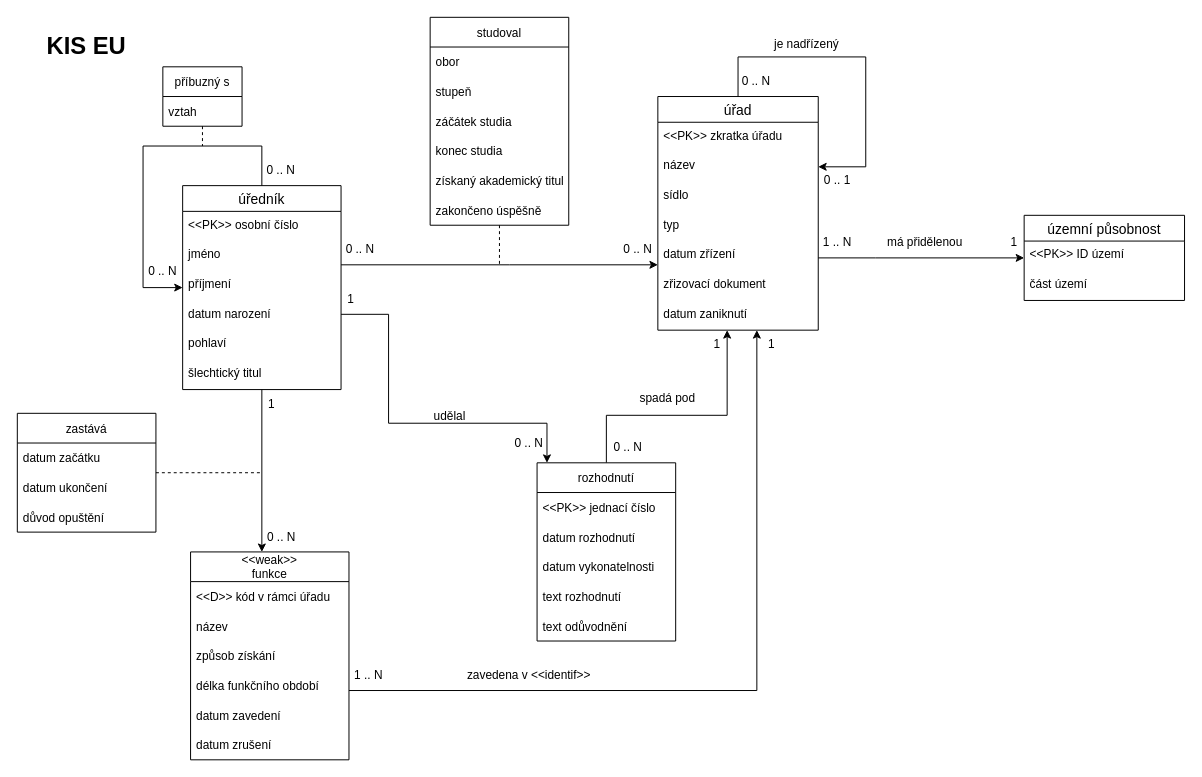
This is kiseu.drawio from mstrlc/ius-homework, a draw.io file, before an edit. Source tidied: cells renumbered, new cells numbered last; positions are measured from the earlier drawing's top-left corner, leaving out a move shared by most shapes. Both pictures are drawn from the tidied source at 99%, with x=0, y=0 at pixel (17, 17).
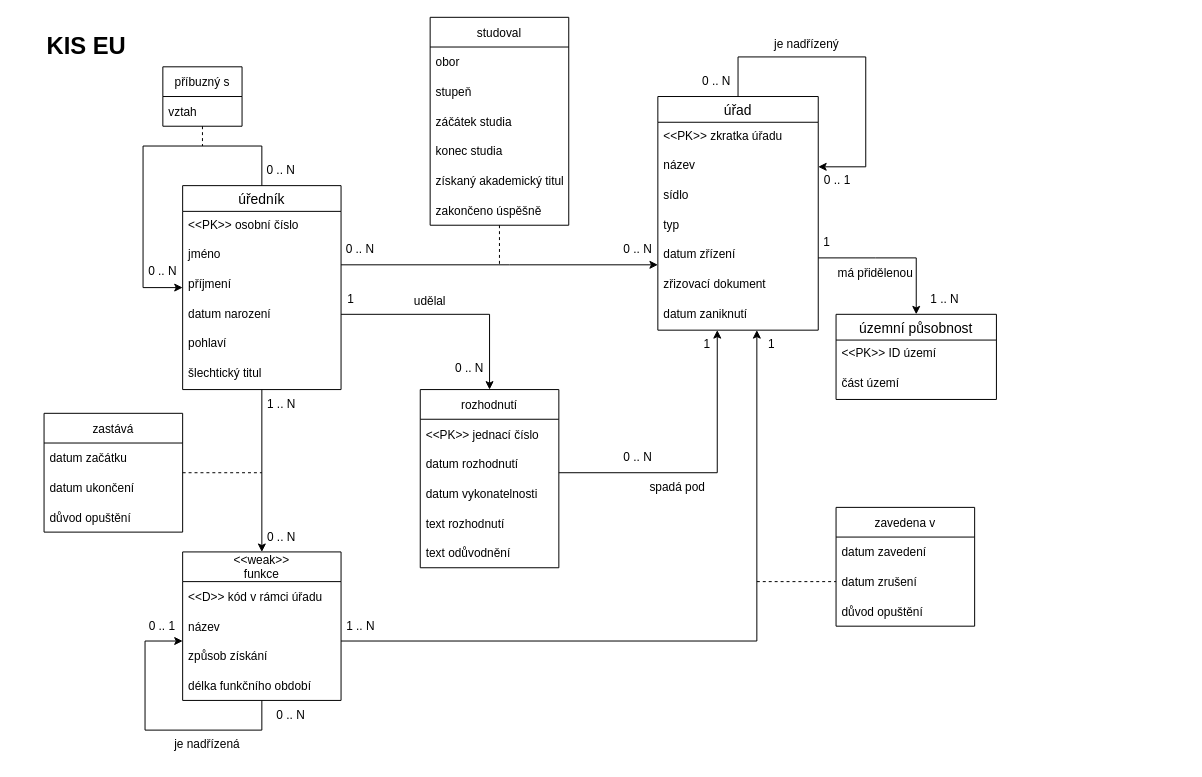
After the change.

Unchanged cells that the change refers to:
```xml
<mxCell id="4" value="úředník" style="swimlane;fontStyle=0;horizontal=1;startSize=26;align=center;fontSize=14;fontFamily=Helvetica;" parent="1" vertex="1">
  <mxGeometry x="167" y="170" width="160" height="206" as="geometry" />
</mxCell>
<mxCell id="12" value="úřad" style="swimlane;fontStyle=0;horizontal=1;startSize=26;align=center;fontSize=14;fontFamily=Helvetica;" parent="1" vertex="1">
  <mxGeometry x="647" y="80" width="162" height="236" as="geometry" />
</mxCell>
<mxCell id="39" value="způsob získání" style="text;strokeColor=none;fillColor=none;align=left;verticalAlign=middle;spacingLeft=4;spacingRight=4;overflow=hidden;points=[[0,0.5],[1,0.5]];portConstraint=eastwest;fontFamily=Helvetica;" parent="36" vertex="1">
  <mxGeometry y="90" width="160" height="30" as="geometry" />
</mxCell>
```

Change to the diagram source:
```diff
@@
     <mxCell id="2" style="edgeStyle=orthogonalEdgeStyle;rounded=0;jettySize=auto;html=1;fontFamily=Helvetica;endArrow=classic;endFill=1;strokeColor=default;" parent="1" edge="1" source="4" target="27">
       <mxGeometry relative="1" as="geometry">
         <Array as="points">
-          <mxPoint x="375" y="300" />
-          <mxPoint x="375" y="410" />
-          <mxPoint x="535" y="410" />
+          <mxPoint x="477" y="300" />
         </Array>
       </mxGeometry>
     </mxCell>
@@
     <mxCell id="26" style="edgeStyle=orthogonalEdgeStyle;rounded=0;jettySize=auto;html=1;fontFamily=Helvetica;endArrow=classic;endFill=1;strokeColor=default;" parent="1" edge="1" source="27" target="12">
       <mxGeometry relative="1" as="geometry">
         <Array as="points">
-          <mxPoint x="595" y="402" />
-          <mxPoint x="717" y="402" />
+          <mxPoint x="707" y="460" />
         </Array>
       </mxGeometry>
     </mxCell>
     <mxCell id="27" value="rozhodnutí" style="swimlane;fontStyle=0;horizontal=1;startSize=30;fontFamily=Helvetica;" parent="1" vertex="1">
-      <mxGeometry x="525" y="450" width="140" height="180" as="geometry" />
+      <mxGeometry x="407" y="376" width="140" height="180" as="geometry" />
     </mxCell>
@@
     <mxCell id="33" value="udělal" style="text;html=1;strokeColor=none;fillColor=none;align=center;verticalAlign=middle;whiteSpace=wrap;rounded=0;fontFamily=Helvetica;" parent="1" vertex="1">
-      <mxGeometry x="407" y="390" width="60" height="26" as="geometry" />
+      <mxGeometry x="387" y="274" width="60" height="26" as="geometry" />
     </mxCell>
     <mxCell id="34" value="spadá pod" style="text;html=1;strokeColor=none;fillColor=none;align=center;verticalAlign=middle;whiteSpace=wrap;rounded=0;fontFamily=Helvetica;" parent="1" vertex="1">
-      <mxGeometry x="627" y="370" width="60" height="30" as="geometry" />
+      <mxGeometry x="637" y="460" width="60" height="30" as="geometry" />
     </mxCell>
     <mxCell id="35" style="edgeStyle=orthogonalEdgeStyle;rounded=0;jettySize=auto;html=1;" parent="1" edge="1" source="36" target="12">
       <mxGeometry relative="1" as="geometry">
         <Array as="points">
-          <mxPoint x="747" y="680" />
+          <mxPoint x="747" y="630" />
         </Array>
       </mxGeometry>
     </mxCell>
     <mxCell id="36" value="&lt;&lt;weak&gt;&gt;&#10;funkce" style="swimlane;fontStyle=0;horizontal=1;startSize=30;fontFamily=Helvetica;" parent="1" vertex="1">
-      <mxGeometry x="175" y="540" width="160" height="210" as="geometry" />
+      <mxGeometry x="167" y="540" width="160" height="150" as="geometry" />
     </mxCell>
@@
-    <mxCell id="41" value="datum zavedení" style="text;strokeColor=none;fillColor=none;align=left;verticalAlign=middle;spacingLeft=4;spacingRight=4;overflow=hidden;fontFamily=Helvetica;" parent="36" vertex="1">
-      <mxGeometry y="150" width="160" height="30" as="geometry" />
-    </mxCell>
-    <mxCell id="42" value="datum zrušení" style="text;strokeColor=none;fillColor=none;align=left;verticalAlign=middle;spacingLeft=4;spacingRight=4;overflow=hidden;points=[[0,0.5],[1,0.5]];portConstraint=eastwest;fontFamily=Helvetica;" parent="36" vertex="1">
-      <mxGeometry y="180" width="160" height="30" as="geometry" />
-    </mxCell>
+    <mxCell id="79" style="edgeStyle=orthogonalEdgeStyle;rounded=0;jettySize=auto;html=1;" parent="36" edge="1" source="36" target="39">
+      <mxGeometry relative="1" as="geometry">
+        <Array as="points">
+          <mxPoint x="80" y="180" />
+          <mxPoint x="-38" y="180" />
+          <mxPoint x="-38" y="90" />
+        </Array>
+      </mxGeometry>
+    </mxCell>
@@
     <mxCell id="53" value="zastává" style="swimlane;fontStyle=0;horizontal=1;startSize=30;fontFamily=Helvetica;" parent="1" vertex="1">
-      <mxGeometry y="400" width="140" height="120" as="geometry" />
+      <mxGeometry x="27" y="400" width="140" height="120" as="geometry" />
     </mxCell>
@@
-    <mxCell id="57" value="zavedena v &amp;lt;&amp;lt;identif&amp;gt;&amp;gt;" style="text;html=1;strokeColor=none;fillColor=none;align=center;verticalAlign=middle;whiteSpace=wrap;rounded=0;" parent="1" vertex="1">
-      <mxGeometry x="445" y="650" width="144" height="30" as="geometry" />
-    </mxCell>
     <mxCell id="58" value="územní působnost" style="swimlane;fontStyle=0;horizontal=1;startSize=26;align=center;fontSize=14;fontFamily=Helvetica;" parent="1" vertex="1">
-      <mxGeometry x="1017" y="200" width="162" height="86" as="geometry" />
+      <mxGeometry x="827" y="300" width="162" height="86" as="geometry" />
     </mxCell>
@@
     <mxCell id="61" value="má přidělenou" style="text;html=1;strokeColor=none;fillColor=none;align=center;verticalAlign=middle;whiteSpace=wrap;rounded=0;" parent="1" vertex="1">
-      <mxGeometry x="877" y="212" width="80" height="30" as="geometry" />
+      <mxGeometry x="827" y="244" width="80" height="30" as="geometry" />
     </mxCell>
     <mxCell id="62" value="0 .. N" style="text;html=1;strokeColor=none;fillColor=none;align=center;verticalAlign=middle;whiteSpace=wrap;rounded=0;" parent="1" vertex="1">
-      <mxGeometry x="597" y="420" width="40" height="30" as="geometry" />
+      <mxGeometry x="607" y="430" width="40" height="30" as="geometry" />
     </mxCell>
@@
     <mxCell id="65" value="1" style="text;html=1;strokeColor=none;fillColor=none;align=center;verticalAlign=middle;whiteSpace=wrap;rounded=0;" parent="1" vertex="1">
-      <mxGeometry x="697" y="316" width="20" height="30" as="geometry" />
+      <mxGeometry x="687" y="316" width="20" height="30" as="geometry" />
     </mxCell>
     <mxCell id="66" value="0 .. N" style="text;html=1;strokeColor=none;fillColor=none;align=center;verticalAlign=middle;whiteSpace=wrap;rounded=0;" parent="1" vertex="1">
-      <mxGeometry x="497" y="416" width="40" height="30" as="geometry" />
+      <mxGeometry x="437" y="340" width="40" height="30" as="geometry" />
     </mxCell>
@@
-    <mxCell id="68" value="1 .. N" style="text;html=1;strokeColor=none;fillColor=none;align=center;verticalAlign=middle;whiteSpace=wrap;rounded=0;" parent="1" vertex="1">
-      <mxGeometry x="809" y="212" width="39" height="30" as="geometry" />
+    <mxCell id="68" value="1" style="text;html=1;strokeColor=none;fillColor=none;align=center;verticalAlign=middle;whiteSpace=wrap;rounded=0;" parent="1" vertex="1">
+      <mxGeometry x="809" y="212" width="18" height="30" as="geometry" />
     </mxCell>
-    <mxCell id="69" value="1" style="text;html=1;strokeColor=none;fillColor=none;align=center;verticalAlign=middle;whiteSpace=wrap;rounded=0;" parent="1" vertex="1">
-      <mxGeometry x="997" y="212" width="20" height="30" as="geometry" />
+    <mxCell id="69" value="1 .. N" style="text;html=1;strokeColor=none;fillColor=none;align=center;verticalAlign=middle;whiteSpace=wrap;rounded=0;" parent="1" vertex="1">
+      <mxGeometry x="917" y="270" width="40" height="30" as="geometry" />
     </mxCell>
-    <mxCell id="70" value="1" style="text;html=1;strokeColor=none;fillColor=none;align=center;verticalAlign=middle;whiteSpace=wrap;rounded=0;" parent="1" vertex="1">
-      <mxGeometry x="247" y="376" width="20" height="30" as="geometry" />
+    <mxCell id="70" value="1 .. N" style="text;html=1;strokeColor=none;fillColor=none;align=center;verticalAlign=middle;whiteSpace=wrap;rounded=0;" parent="1" vertex="1">
+      <mxGeometry x="247" y="376" width="40" height="30" as="geometry" />
     </mxCell>
@@
     <mxCell id="76" value="0 .. N" style="text;html=1;strokeColor=none;fillColor=none;align=center;verticalAlign=middle;whiteSpace=wrap;rounded=0;" parent="1" vertex="1">
-      <mxGeometry x="727" y="50" width="39" height="30" as="geometry" />
+      <mxGeometry x="687" y="50" width="39" height="30" as="geometry" />
     </mxCell>
@@
     <mxCell id="78" value="1 .. N" style="text;html=1;strokeColor=none;fillColor=none;align=center;verticalAlign=middle;whiteSpace=wrap;rounded=0;" parent="1" vertex="1">
-      <mxGeometry x="335" y="650" width="40" height="30" as="geometry" />
+      <mxGeometry x="327" y="600" width="40" height="30" as="geometry" />
     </mxCell>
+    <mxCell id="80" value="je nadřízená" style="text;html=1;strokeColor=none;fillColor=none;align=center;verticalAlign=middle;whiteSpace=wrap;rounded=0;fontFamily=Helvetica;" parent="1" vertex="1">
+      <mxGeometry x="157" y="720" width="70" height="30" as="geometry" />
+    </mxCell>
+    <mxCell id="81" value="0 .. N" style="text;html=1;strokeColor=none;fillColor=none;align=center;verticalAlign=middle;whiteSpace=wrap;rounded=0;" parent="1" vertex="1">
+      <mxGeometry x="257" y="690" width="39" height="30" as="geometry" />
+    </mxCell>
+    <mxCell id="82" value="0 .. 1" style="text;html=1;strokeColor=none;fillColor=none;align=center;verticalAlign=middle;whiteSpace=wrap;rounded=0;" parent="1" vertex="1">
+      <mxGeometry x="127" y="600" width="39" height="30" as="geometry" />
+    </mxCell>
+    <mxCell id="83" value="zavedena v" style="swimlane;fontStyle=0;horizontal=1;startSize=30;fontFamily=Helvetica;" parent="1" vertex="1">
+      <mxGeometry x="827" y="495" width="140" height="120" as="geometry" />
+    </mxCell>
+    <mxCell id="41" value="datum zavedení" style="text;strokeColor=none;fillColor=none;align=left;verticalAlign=middle;spacingLeft=4;spacingRight=4;overflow=hidden;fontFamily=Helvetica;" parent="83" vertex="1">
+      <mxGeometry y="30" width="140" height="30" as="geometry" />
+    </mxCell>
+    <mxCell id="42" value="datum zrušení" style="text;strokeColor=none;fillColor=none;align=left;verticalAlign=middle;spacingLeft=4;spacingRight=4;overflow=hidden;points=[[0,0.5],[1,0.5]];portConstraint=eastwest;fontFamily=Helvetica;" parent="83" vertex="1">
+      <mxGeometry y="60" width="140" height="30" as="geometry" />
+    </mxCell>
+    <mxCell id="84" value="důvod opuštění" style="text;strokeColor=none;fillColor=none;align=left;verticalAlign=middle;spacingLeft=4;spacingRight=4;overflow=hidden;fontFamily=Helvetica;" parent="83" vertex="1">
+      <mxGeometry y="90" width="140" height="30" as="geometry" />
+    </mxCell>
+    <mxCell id="85" style="endArrow=none;dashed=1;html=1;rounded=0;elbow=vertical;entryX=0;entryY=0.5;entryDx=0;entryDy=0;" parent="1" edge="1" target="42">
+      <mxGeometry relative="1" as="geometry">
+        <mxPoint x="747" y="570" as="sourcePoint" />
+      </mxGeometry>
+    </mxCell>
```
